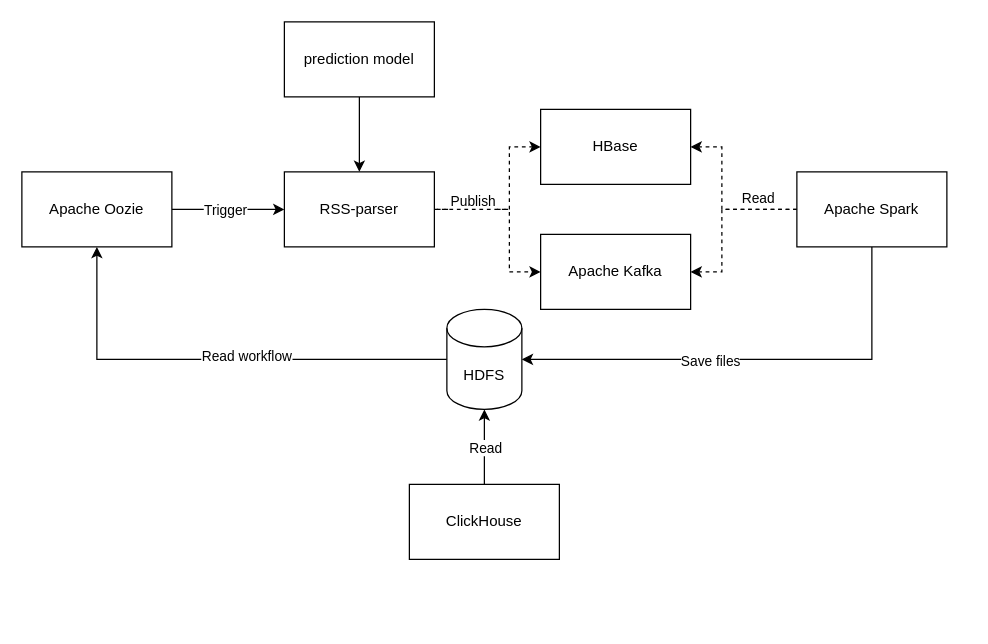
Before: docs/diagram.drawio in atdushi/news_analysis, a draw.io diagram. Source tidied: cells renumbered, new cells numbered last; positions are measured from the earlier drawing's top-left corner, leaving out a move shared by most shapes. Both pictures are drawn from the tidied source at 125%, with x=0, y=0 at pixel (21, 21). Pictures stored in the file or linked from it are replaced by grey dashed boxes.
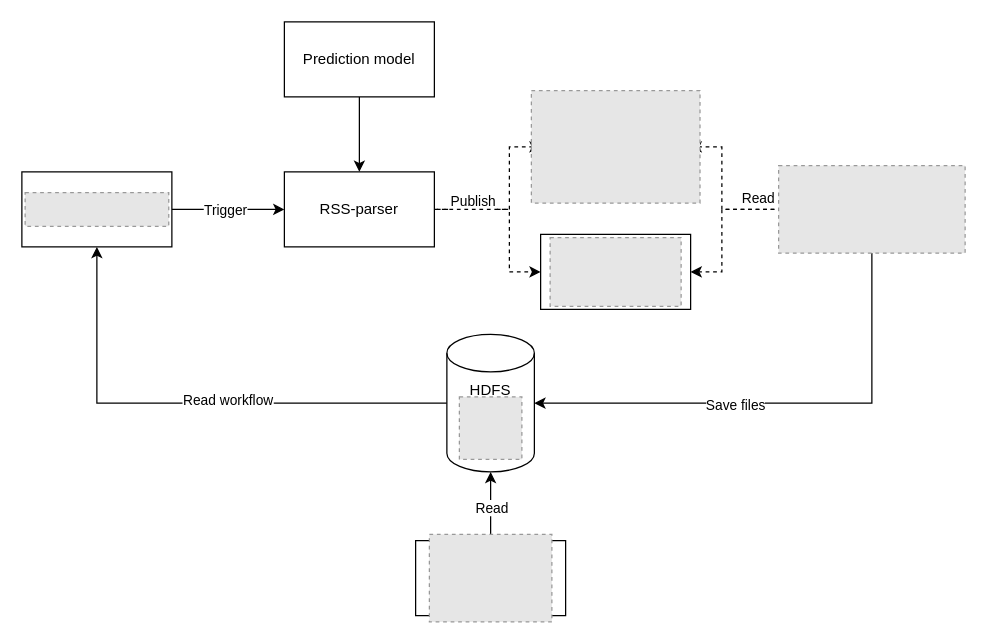
The same page after the edit.

Change to the diagram source:
```diff
@@
-    <mxCell id="4" value="Apache Oozie" style="rounded=0;whiteSpace=wrap;html=1;" parent="1" vertex="1">
+    <mxCell id="4" style="rounded=0;whiteSpace=wrap;html=1;" parent="1" vertex="1">
       <mxGeometry y="120" width="120" height="60" as="geometry" />
     </mxCell>
@@
-    <mxCell id="6" value="prediction model" style="rounded=0;whiteSpace=wrap;html=1;" parent="1" vertex="1">
+    <mxCell id="6" value="Prediction model" style="rounded=0;whiteSpace=wrap;html=1;" parent="1" vertex="1">
       <mxGeometry x="210" width="120" height="60" as="geometry" />
     </mxCell>
@@
-    <mxCell id="11" value="Apache Kafka" style="rounded=0;whiteSpace=wrap;html=1;" parent="1" vertex="1">
+    <mxCell id="11" style="rounded=0;whiteSpace=wrap;html=1;" parent="1" vertex="1">
       <mxGeometry x="415" y="170" width="120" height="60" as="geometry" />
     </mxCell>
@@
     <mxCell id="14" style="edgeStyle=orthogonalEdgeStyle;rounded=0;jettySize=auto;html=1;entryX=1;entryY=0.5;entryDx=0;entryDy=0;entryPerimeter=0;" parent="1" edge="1" source="17" target="20">
       <mxGeometry relative="1" as="geometry">
         <Array as="points">
-          <mxPoint x="680" y="270" />
+          <mxPoint x="680" y="305" />
         </Array>
       </mxGeometry>
     </mxCell>
@@
-    <mxCell id="17" value="Apache Spark" style="rounded=0;whiteSpace=wrap;html=1;" parent="1" vertex="1">
+    <mxCell id="17" style="rounded=0;whiteSpace=wrap;html=1;" parent="1" vertex="1">
       <mxGeometry x="620" y="120" width="120" height="60" as="geometry" />
     </mxCell>
@@
-    <mxCell id="20" value="HDFS" style="shape=cylinder3;whiteSpace=wrap;html=1;boundedLbl=1;backgroundOutline=1;size=15;" parent="1" vertex="1">
-      <mxGeometry x="340" y="230" width="60" height="80" as="geometry" />
+    <mxCell id="20" style="shape=cylinder3;whiteSpace=wrap;html=1;boundedLbl=1;backgroundOutline=1;size=15;" parent="1" vertex="1">
+      <mxGeometry x="340" y="250" width="70" height="110" as="geometry" />
     </mxCell>
@@
-    <mxCell id="23" value="ClickHouse" style="rounded=0;whiteSpace=wrap;html=1;" parent="1" vertex="1">
-      <mxGeometry x="310" y="370" width="120" height="60" as="geometry" />
+    <mxCell id="23" style="rounded=0;whiteSpace=wrap;html=1;" parent="1" vertex="1">
+      <mxGeometry x="315" y="415" width="120" height="60" as="geometry" />
     </mxCell>
-    <mxCell id="24" value="HBase" style="rounded=0;whiteSpace=wrap;html=1;" parent="1" vertex="1">
+    <mxCell id="24" style="rounded=0;whiteSpace=wrap;html=1;" parent="1" vertex="1">
       <mxGeometry x="415" y="70" width="120" height="60" as="geometry" />
     </mxCell>
+    <mxCell id="25" style="fillColor=#E6E6E6;strokeColor=#999999;dashed=1;verticalLabelPosition=bottom;verticalAlign=top;" parent="1" vertex="1">
+      <mxGeometry x="326" y="410" width="98" height="70" as="geometry" />
+    </mxCell>
+    <mxCell id="26" style="fillColor=#E6E6E6;strokeColor=#999999;dashed=1;verticalLabelPosition=bottom;verticalAlign=top;" parent="1" vertex="1">
+      <mxGeometry x="605.4" y="115" width="149.2" height="70" as="geometry" />
+    </mxCell>
+    <mxCell id="27" style="fillColor=#E6E6E6;strokeColor=#999999;dashed=1;verticalLabelPosition=bottom;verticalAlign=top;" parent="1" vertex="1">
+      <mxGeometry x="2.6" y="136.5" width="114.9" height="27" as="geometry" />
+    </mxCell>
+    <mxCell id="28" style="fillColor=#E6E6E6;strokeColor=#999999;dashed=1;verticalLabelPosition=bottom;verticalAlign=top;" parent="1" vertex="1">
+      <mxGeometry x="407.6" y="55" width="134.9" height="90" as="geometry" />
+    </mxCell>
+    <mxCell id="29" style="fillColor=#E6E6E6;strokeColor=#999999;dashed=1;verticalLabelPosition=bottom;verticalAlign=top;" parent="1" vertex="1">
+      <mxGeometry x="422.6" y="172.5" width="104.8" height="55" as="geometry" />
+    </mxCell>
+    <mxCell id="30" style="fillColor=#E6E6E6;strokeColor=#999999;dashed=1;verticalLabelPosition=bottom;verticalAlign=top;" parent="1" vertex="1">
+      <mxGeometry x="350" y="300" width="50" height="50" as="geometry" />
+    </mxCell>
+    <mxCell id="31" value="HDFS" style="text;html=1;strokeColor=none;fillColor=none;align=center;verticalAlign=middle;whiteSpace=wrap;rounded=0;" parent="1" vertex="1">
+      <mxGeometry x="345" y="280" width="60" height="30" as="geometry" />
+    </mxCell>
```
